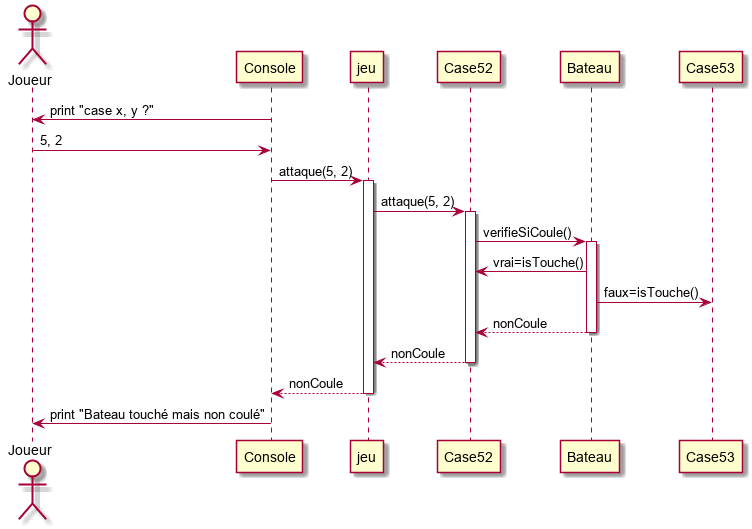
Before: uml/seq_attaquerBateauPasCoule.png, a diagram exported from PlantUML (cerisaratheo/BatNAv). Source of this version:
```plantuml
@startuml
actor Joueur
Console -> Joueur : print "case x, y ?"
Joueur -> Console: 5, 2
Console -> jeu : attaque(5, 2)
activate jeu
jeu -> Case52 : attaque(5, 2)
activate Case52
Case52 -> Bateau : verifieSiCoule()
activate Bateau
Bateau -> Case52 : vrai=isTouche()
Bateau -> Case53 : faux=isTouche()
return nonCoule
return nonCoule
return nonCoule
Console -> Joueur : print "Bateau touché mais non coulé"
@enduml
```
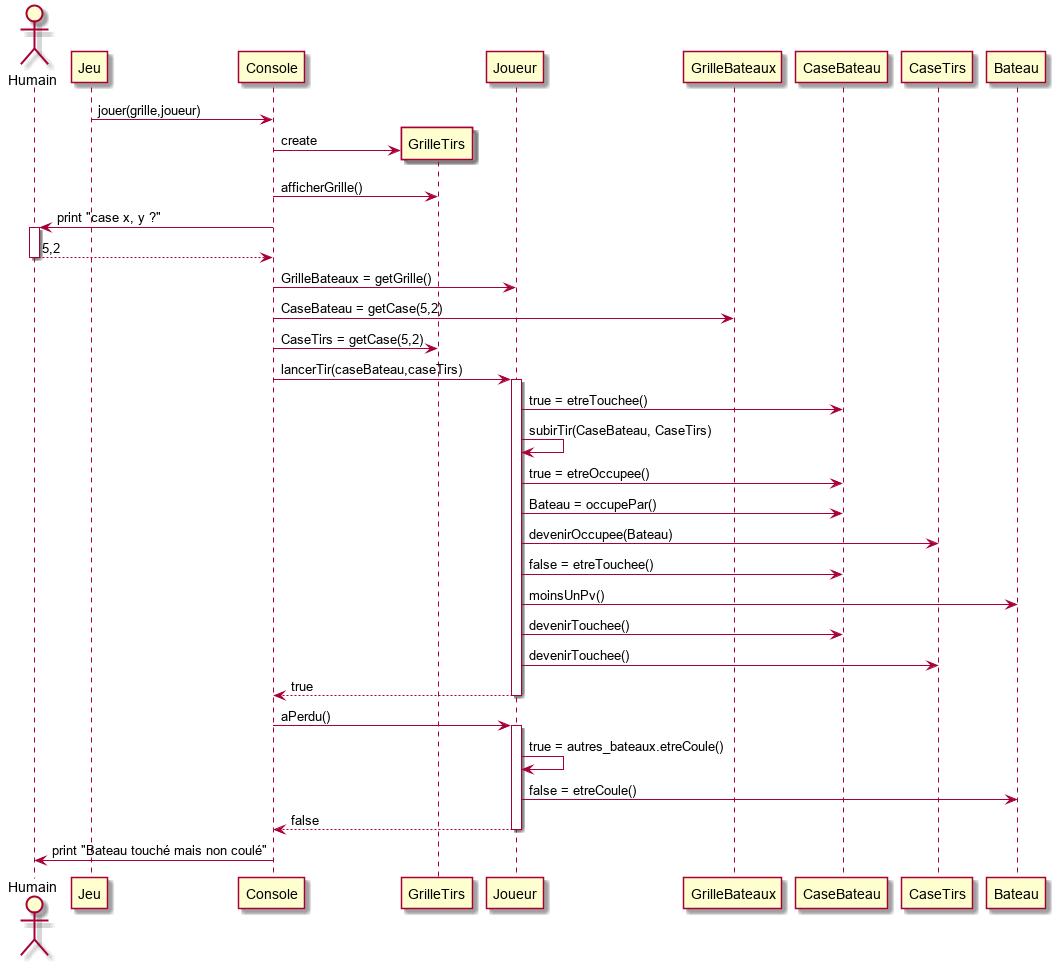
After the commit.

Commit message:
diagrammes de sequence a jour

The edit, as a diff of the source:
```diff
@@ -1,17 +1,30 @@
 @startuml
-actor Joueur
-Console -> Joueur : print "case x, y ?"
-Joueur -> Console: 5, 2
-Console -> jeu : attaque(5, 2)
-activate jeu
-jeu -> Case52 : attaque(5, 2)
-activate Case52
-Case52 -> Bateau : verifieSiCoule()
-activate Bateau
-Bateau -> Case52 : vrai=isTouche()
-Bateau -> Case53 : faux=isTouche()
-return nonCoule
-return nonCoule
-return nonCoule
-Console -> Joueur : print "Bateau touché mais non coulé"
+actor Humain
+Jeu -> Console: jouer(grille,joueur)
+Console -> GrilleTirs ** : create
+Console -> GrilleTirs : afficherGrille()
+Console -> Humain : print "case x, y ?"
+activate Humain
+return 5,2
+Console -> Joueur: GrilleBateaux = getGrille()
+Console -> GrilleBateaux : CaseBateau = getCase(5,2)
+Console -> GrilleTirs : CaseTirs = getCase(5,2)
+Console -> Joueur : lancerTir(caseBateau,caseTirs)
+activate Joueur
+Joueur -> CaseBateau : true = etreTouchee()
+Joueur -> Joueur : subirTir(CaseBateau, CaseTirs)
+Joueur -> CaseBateau : true = etreOccupee()
+Joueur -> CaseBateau : Bateau = occupePar()
+Joueur -> CaseTirs : devenirOccupee(Bateau)
+Joueur -> CaseBateau : false = etreTouchee()
+Joueur -> Bateau : moinsUnPv()
+Joueur -> CaseBateau : devenirTouchee()
+Joueur -> CaseTirs : devenirTouchee()
+return true
+Console -> Joueur : aPerdu()
+activate Joueur
+Joueur -> Joueur : true = autres_bateaux.etreCoule()
+Joueur -> Bateau : false = etreCoule()
+return false
+Console -> Humain : print "Bateau touché mais non coulé"
 @enduml
```
